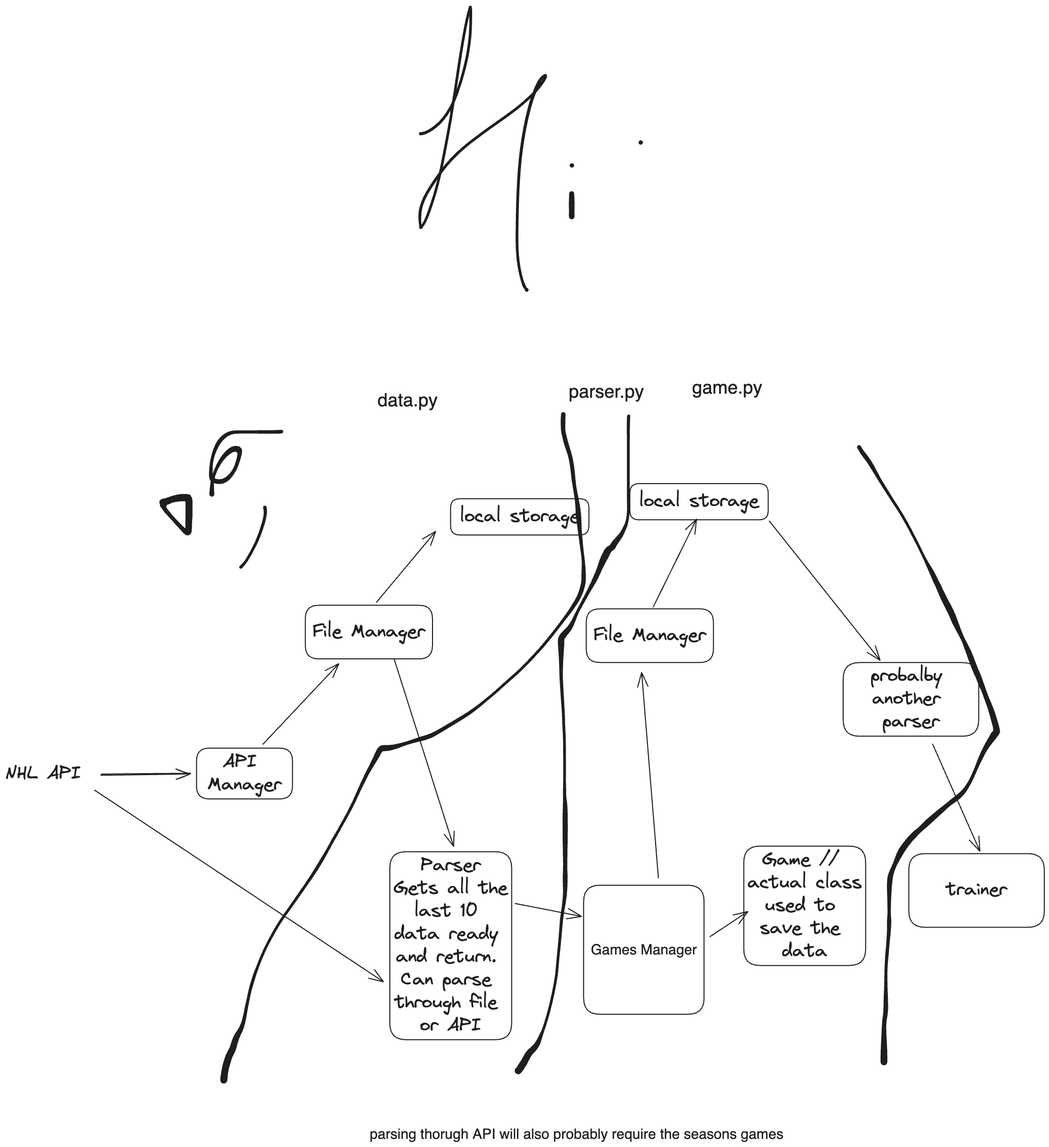
The Excalidraw diagram whiteboard.excalidraw.png in boonboonsiri/ML, before a commit. Source tidied: one line per element, renumbered; positions are measured from the earlier drawing's top-left corner, leaving out a move shared by most shapes.
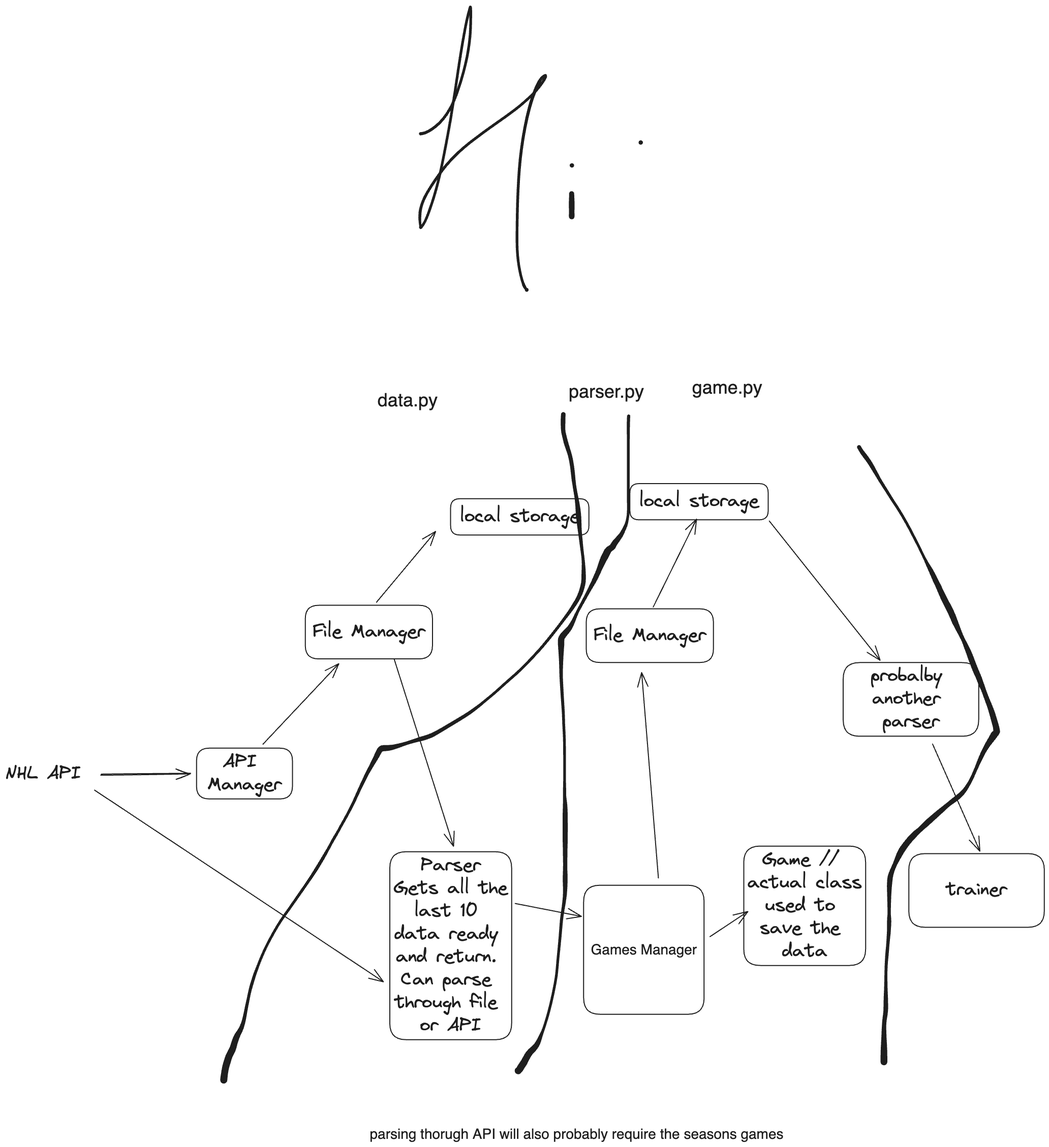
The same file after the commit.

Change to the diagram source:
```diff
@@ -37,9 +37,6 @@
 {"id": 36, "type": "text", "text": "parser.py", "strokeColor": "#1e1e1e", "strokeWidth": 2, "roughness": 0, "fontSize": 36, "fontFamily": 2, "x": 1109, "y": 740, "width": 148, "height": 41}
 {"id": 37, "type": "freedraw", "strokeColor": "#1e1e1e", "strokeWidth": 2, "roughness": 0, "x": 1227, "y": 809, "width": 217, "height": 1290, "points": [[0, 0], [-1, 79], [-1, 188], [-18, 238], [-30, 255], [-35, 260], [-41, 265], [-49, 281], [-77, 342], [-109, 404], [-125, 427], [-132, 437], [-133, 496], [-126, 647], [-126, 743], [-125, 790], [-125, 841], [-125, 901], [-130, 977], [-139, 1066], [-162, 1192], [-180, 1236], [-191, 1249], [-202, 1265], [-208, 1276], [-216, 1290]]}
 {"id": 38, "type": "text", "text": "game.py", "strokeColor": "#1e1e1e", "strokeWidth": 2, "roughness": 0, "fontSize": 36, "fontFamily": 2, "x": 1352, "y": 732, "width": 138, "height": 41}
-{"id": 39, "type": "freedraw", "strokeColor": "#1e1e1e", "strokeWidth": 2, "roughness": 1, "x": 511, "y": 989, "width": 52, "height": 124, "points": [[0, 0], [2, -4], [4, -5], [3, 16], [-3, 36], [-11, 56], [-17, 72], [-25, 86], [-39, 110], [-41, 113], [-45, 116], [-48, 119], [-48, 119]]}
-{"id": 40, "type": "freedraw", "strokeColor": "#1e1e1e", "strokeWidth": 2, "roughness": 1, "x": 544, "y": 840, "width": 139, "height": 123, "points": [[0, 0], [-2, 1], [-24, 1], [-46, 1], [-70, 1], [-93, 1], [-111, 7], [-125, 22], [-134, 45], [-139, 70], [-139, 88], [-132, 98], [-114, 98], [-95, 81], [-86, 60], [-82, 43], [-83, 33], [-95, 33], [-112, 47], [-127, 70], [-136, 94], [-137, 111], [-137, 120], [-137, 123]]}
-{"id": 41, "type": "freedraw", "strokeColor": "#1e1e1e", "strokeWidth": 2, "roughness": 1, "x": 312, "y": 988, "width": 52, "height": 70, "points": [[0, 0], [1, 4], [24, 28], [38, 44], [45, 49], [47, 51], [49, 51], [50, 47], [50, 40], [50, 30], [50, 21], [50, 12], [50, -1], [50, -9], [50, -13], [50, -14], [50, -16], [49, -18], [38, -18], [23, -17], [10, -12], [6, -10], [4, -10], [2, -10], [0, -10], [-1, -9]]}
 {"id": 42, "type": "freedraw", "strokeColor": "#1e1e1e", "strokeWidth": 2, "roughness": 1, "x": 817, "y": 253, "width": 250, "height": 561, "points": [[0, 0], [3, 1], [32, -14], [74, -77], [99, -194], [99, -227], [97, -253], [74, -130], [47, 39], [27, 127], [9, 174], [-2, 186], [1, 131], [78, 29], [156, -26], [208, -65], [237, -95], [247, -113], [243, -116], [212, -50], [192, 81], [190, 200], [194, 268], [202, 297], [207, 307], [209, 307]]}
 {"id": 43, "type": "freedraw", "strokeColor": "#1e1e1e", "strokeWidth": 2, "roughness": 1, "x": 1115, "y": 371, "width": 0, "height": 46, "points": [[0, 0], [0, 0], [0, 1], [0, 2], [0, 6], [0, 9], [0, 11], [0, 15], [0, 18], [0, 22], [0, 28], [0, 34], [0, 40], [0, 43], [0, 46], [0, 46]]}
 {"id": 44, "type": "freedraw", "strokeColor": "#1e1e1e", "strokeWidth": 2, "roughness": 1, "x": 1115, "y": 316, "width": 0, "height": 2, "points": [[0, 0], [0, -2], [0, 0]]}
```
